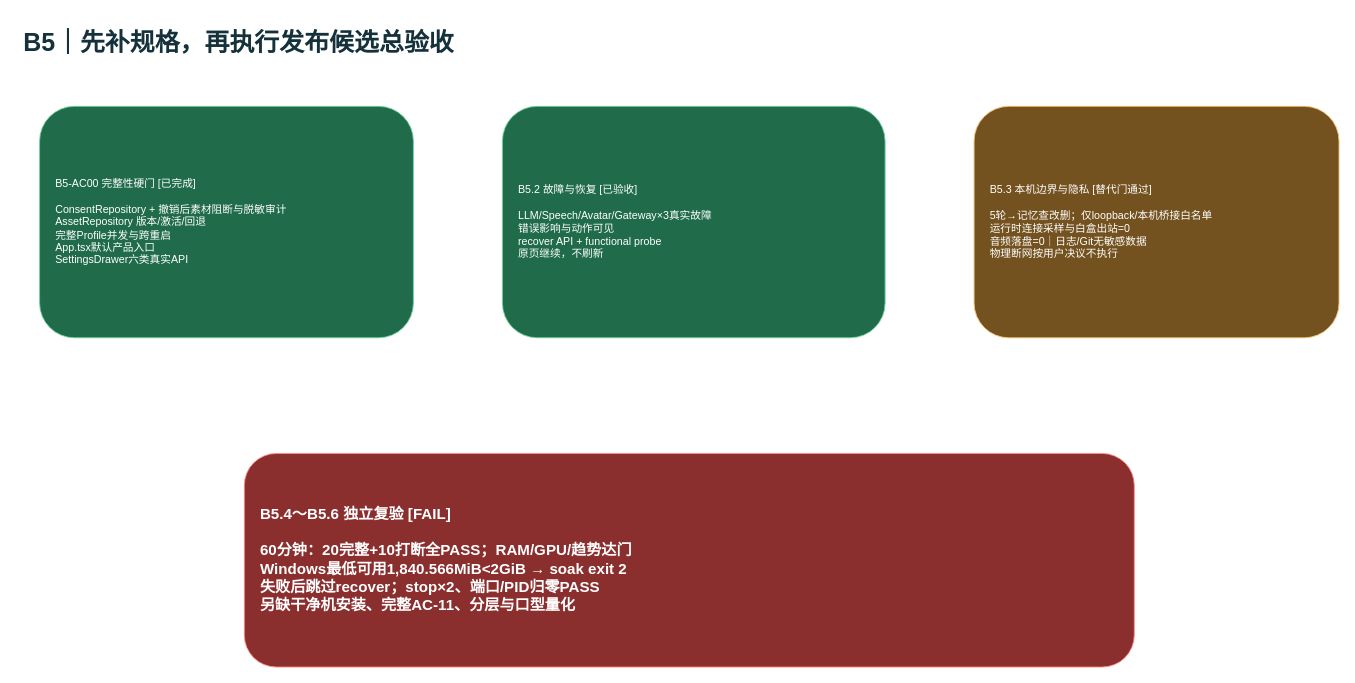
ljx418/cyberWife keeps this draw.io diagram as page "06-B5发布与故障恢复" (6 of 8) of docs/cyberWife-b3-b5-delivery-gap.drawio. Above is the earlier version. Source tidied: cells renumbered, new cells numbered last; positions are measured from the earlier drawing's top-left corner, leaving out a move shared by most shapes. Both pictures are drawn from the tidied source at 89%, with x=0, y=0 at pixel (21, 21).
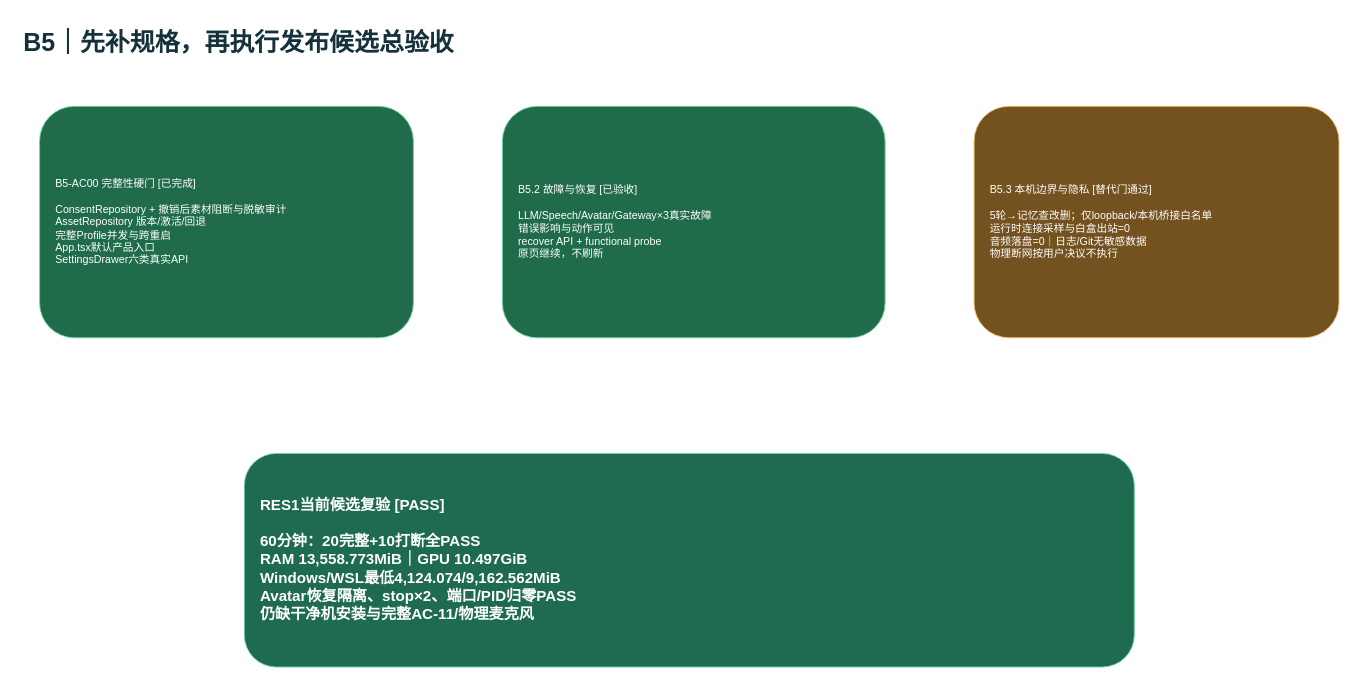
After the change.

Change to the diagram source:
```diff
@@
 <mxGraphModel>
   <root>
     <mxCell id="0" />
     <mxCell id="1" parent="0" />
     <mxCell id="2" value="B5｜先补规格，再执行发布候选总验收" style="text;html=1;fontSize=28;fontStyle=1;fontColor=#15313B;" parent="1" vertex="1">
       <mxGeometry width="1200" height="50" as="geometry" />
     </mxCell>
     <mxCell id="3" value="B5-AC00 完整性硬门 [已完成]&#10;&#10;ConsentRepository + 撤销后素材阻断与脱敏审计&#10;AssetRepository 版本/激活/回退&#10;完整Profile并发与跨重启&#10;App.tsx默认产品入口&#10;SettingsDrawer六类真实API" style="rounded=1;html=1;whiteSpace=wrap;fillColor=#1F6B4A;strokeColor=#6ED39C;fontColor=#FFFFFF;align=left;spacing=18;" parent="1" vertex="1">
       <mxGeometry x="20" y="95" width="420" height="260" as="geometry" />
     </mxCell>
     <mxCell id="4" value="B5.2 故障与恢复 [已验收]&#10;&#10;LLM/Speech/Avatar/Gateway×3真实故障&#10;错误影响与动作可见&#10;recover API + functional probe&#10;原页继续，不刷新" style="rounded=1;html=1;whiteSpace=wrap;fillColor=#1F6B4A;strokeColor=#6ED39C;fontColor=#FFFFFF;align=left;spacing=18;" parent="1" vertex="1">
       <mxGeometry x="540" y="95" width="430" height="260" as="geometry" />
     </mxCell>
     <mxCell id="5" value="B5.3 本机边界与隐私 [替代门通过]&#10;&#10;5轮→记忆查改删；仅loopback/本机桥接白名单&#10;运行时连接采样与白盒出站=0&#10;音频落盘=0｜日志/Git无敏感数据&#10;物理断网按用户决议不执行" style="rounded=1;html=1;whiteSpace=wrap;fillColor=#73521F;strokeColor=#F2BD6B;fontColor=#FFFFFF;align=left;spacing=18;" parent="1" vertex="1">
       <mxGeometry x="1070" y="95" width="410" height="260" as="geometry" />
     </mxCell>
-    <mxCell id="6" value="B5.4～B5.6 独立复验 [FAIL]&#10;&#10;60分钟：20完整+10打断全PASS；RAM/GPU/趋势达门&#10;Windows最低可用1,840.566MiB&lt;2GiB → soak exit 2&#10;失败后跳过recover；stop×2、端口/PID归零PASS&#10;另缺干净机安装、完整AC-11、分层与口型量化" style="rounded=1;html=1;whiteSpace=wrap;fillColor=#8B2E2E;strokeColor=#FF8C87;fontColor=#FFFFFF;align=left;spacing=18;fontSize=17;fontStyle=1;" parent="1" vertex="1">
+    <mxCell id="6" value="RES1当前候选复验 [PASS]&#10;&#10;60分钟：20完整+10打断全PASS&#10;RAM 13,558.773MiB｜GPU 10.497GiB&#10;Windows/WSL最低4,124.074/9,162.562MiB&#10;Avatar恢复隔离、stop×2、端口/PID归零PASS&#10;仍缺干净机安装与完整AC-11/物理麦克风" style="rounded=1;html=1;whiteSpace=wrap;fillColor=#1E6B50;strokeColor=#70D6A7;fontColor=#FFFFFF;align=left;spacing=18;fontSize=17;fontStyle=1;" parent="1" vertex="1">
       <mxGeometry x="250" y="485" width="1000" height="240" as="geometry" />
     </mxCell>
     <mxCell id="7" style="edgeStyle=orthogonalEdgeStyle;strokeColor=#8AA0A9;endArrow=block;" parent="1" edge="1" source="3" target="4" />
     <mxCell id="8" style="edgeStyle=orthogonalEdgeStyle;strokeColor=#8AA0A9;endArrow=block;" parent="1" edge="1" source="4" target="5" />
     <mxCell id="9" style="edgeStyle=orthogonalEdgeStyle;strokeColor=#8AA0A9;endArrow=block;" parent="1" edge="1" source="5" target="6" />
   </root>
 </mxGraphModel>
```
